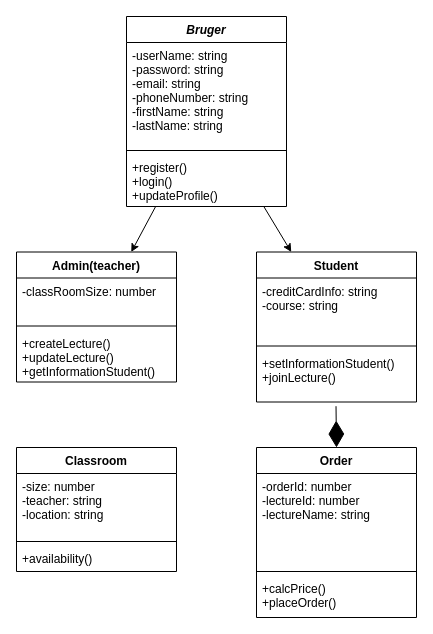
Above: Untitled Diagram.drawio in Niklas107/Gruppeprojekt-1 (draw.io), before the change. Source tidied: cells renumbered, new cells numbered last; positions are measured from the earlier drawing's top-left corner, leaving out a move shared by most shapes. Both pictures are drawn from the tidied source at 100%, with x=0, y=0 at pixel (16, 16).
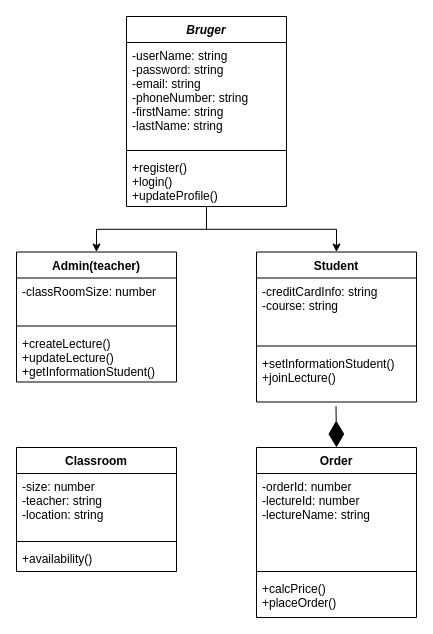
The same page after the edit.

The change refers to these unchanged cells:
```xml
<mxCell id="4" value="Bruger" style="swimlane;fontStyle=3;align=center;verticalAlign=top;horizontal=1;startSize=26;" parent="1" vertex="1">
  <mxGeometry x="110" width="160" height="190" as="geometry" />
</mxCell>
<mxCell id="8" value="Admin(teacher)" style="swimlane;fontStyle=1;align=center;verticalAlign=top;horizontal=1;startSize=26;" parent="1" vertex="1">
  <mxGeometry y="235.5" width="160" height="130" as="geometry" />
</mxCell>
<mxCell id="12" value="Student" style="swimlane;fontStyle=1;align=center;verticalAlign=top;horizontal=1;startSize=26;" parent="1" vertex="1">
  <mxGeometry x="240" y="235.5" width="160" height="150" as="geometry" />
</mxCell>
```

Change to the diagram source:
```diff
@@
-    <mxCell id="2" style="edgeStyle=none;rounded=0;jettySize=auto;html=1;" parent="1" edge="1" source="4" target="12">
+    <mxCell id="2" style="edgeStyle=orthogonalEdgeStyle;rounded=0;jettySize=auto;html=1;" parent="1" edge="1" source="4" target="12">
       <mxGeometry relative="1" as="geometry" />
     </mxCell>
-    <mxCell id="3" style="edgeStyle=none;rounded=0;jettySize=auto;html=1;" parent="1" edge="1" source="4" target="8">
+    <mxCell id="3" style="edgeStyle=orthogonalEdgeStyle;rounded=0;jettySize=auto;html=1;" parent="1" edge="1" source="4" target="8">
       <mxGeometry relative="1" as="geometry" />
     </mxCell>
```
